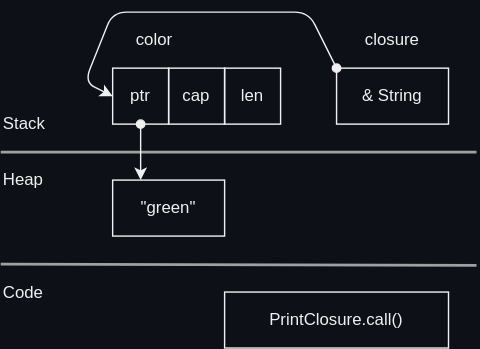
This is docs/rust/closure/images/fn_closure.drawio.svg from htgithub194/self-study, a draw.io export, as it was before one commit. Source tidied: cells renumbered, new cells last; positions are measured from the earlier drawing's top-left corner, leaving out a move shared by most shapes. The source it was exported from:
```xml
<mxGraphModel background="#0D1117">
  <root>
    <mxCell id="0" />
    <mxCell id="1" parent="0" />
    <mxCell id="2" style="endArrow=none;html=1;strokeColor=#A0A0A0;strokeWidth=2;" parent="1" edge="1">
      <mxGeometry relative="1" as="geometry">
        <mxPoint y="100" as="sourcePoint" />
        <mxPoint x="340" y="100" as="targetPoint" />
      </mxGeometry>
    </mxCell>
    <mxCell id="3" value="Heap" style="text;html=1;strokeColor=none;fillColor=none;align=left;verticalAlign=middle;whiteSpace=wrap;rounded=0;fontColor=#F0F0F0;" parent="1" vertex="1">
      <mxGeometry y="100" width="80" height="40" as="geometry" />
    </mxCell>
    <mxCell id="4" value="Stack" style="text;html=1;strokeColor=none;fillColor=none;align=left;verticalAlign=middle;whiteSpace=wrap;rounded=0;fontColor=#F0F0F0;" parent="1" vertex="1">
      <mxGeometry y="60" width="80" height="40" as="geometry" />
    </mxCell>
    <mxCell id="5" style="edgeStyle=none;html=1;entryX=0.25;entryY=0;entryDx=0;entryDy=0;strokeColor=#F0F0F0;fontColor=#F0F0F0;strokeWidth=1;startArrow=oval;startFill=1;" parent="1" edge="1" source="6" target="12">
      <mxGeometry relative="1" as="geometry" />
    </mxCell>
    <mxCell id="6" value="ptr" style="rounded=0;whiteSpace=wrap;html=1;flipH=1;flipV=1;fillColor=none;fontColor=#F0F0F0;strokeColor=#F0F0F0;" parent="1" vertex="1">
      <mxGeometry x="80" y="40" width="40" height="40" as="geometry" />
    </mxCell>
    <mxCell id="7" value="cap" style="rounded=0;whiteSpace=wrap;html=1;flipH=1;flipV=1;fillColor=none;fontColor=#F0F0F0;strokeColor=#F0F0F0;" parent="1" vertex="1">
      <mxGeometry x="120" y="40" width="40" height="40" as="geometry" />
    </mxCell>
    <mxCell id="8" value="len" style="rounded=0;whiteSpace=wrap;html=1;flipH=1;flipV=1;fillColor=none;fontColor=#F0F0F0;strokeColor=#F0F0F0;" parent="1" vertex="1">
      <mxGeometry x="160" y="40" width="40" height="40" as="geometry" />
    </mxCell>
    <mxCell id="9" value="color" style="text;html=1;strokeColor=none;fillColor=none;align=center;verticalAlign=middle;whiteSpace=wrap;rounded=0;fontColor=#F0F0F0;" parent="1" vertex="1">
      <mxGeometry x="80" width="60" height="40" as="geometry" />
    </mxCell>
    <mxCell id="10" value="Code" style="text;html=1;strokeColor=none;fillColor=none;align=left;verticalAlign=middle;whiteSpace=wrap;rounded=0;fontColor=#F0F0F0;" parent="1" vertex="1">
      <mxGeometry y="181" width="80" height="40" as="geometry" />
    </mxCell>
    <mxCell id="11" style="endArrow=none;html=1;strokeColor=#A0A0A0;strokeWidth=2;" parent="1" edge="1">
      <mxGeometry relative="1" as="geometry">
        <mxPoint y="180" as="sourcePoint" />
        <mxPoint x="340" y="181" as="targetPoint" />
      </mxGeometry>
    </mxCell>
    <mxCell id="12" value="&quot;green&quot;" style="rounded=0;whiteSpace=wrap;html=1;flipH=1;flipV=1;fillColor=none;fontColor=#F0F0F0;strokeColor=#F0F0F0;" parent="1" vertex="1">
      <mxGeometry x="80" y="120" width="80" height="40" as="geometry" />
    </mxCell>
    <mxCell id="13" style="edgeStyle=none;html=1;entryX=0;entryY=0.5;entryDx=0;entryDy=0;exitX=0;exitY=0;exitDx=0;exitDy=0;strokeColor=#F0F0F0;startArrow=oval;startFill=1;" parent="1" edge="1" source="14" target="6">
      <mxGeometry relative="1" as="geometry">
        <Array as="points">
          <mxPoint x="220" />
          <mxPoint x="80" />
          <mxPoint x="60" y="50" />
        </Array>
      </mxGeometry>
    </mxCell>
    <mxCell id="14" value="&amp;amp; String" style="rounded=0;whiteSpace=wrap;html=1;flipH=1;flipV=1;fillColor=none;fontColor=#F0F0F0;strokeColor=#F0F0F0;" parent="1" vertex="1">
      <mxGeometry x="240" y="40" width="80" height="40" as="geometry" />
    </mxCell>
    <mxCell id="15" value="closure" style="text;html=1;strokeColor=none;fillColor=none;align=center;verticalAlign=middle;whiteSpace=wrap;rounded=0;fontColor=#F0F0F0;" parent="1" vertex="1">
      <mxGeometry x="240" width="80" height="40" as="geometry" />
    </mxCell>
    <mxCell id="16" value="PrintClosure.call()" style="rounded=0;whiteSpace=wrap;html=1;flipH=1;flipV=1;fillColor=none;fontColor=#F0F0F0;strokeColor=#F0F0F0;" parent="1" vertex="1">
      <mxGeometry x="160" y="200" width="160" height="40" as="geometry" />
    </mxCell>
  </root>
</mxGraphModel>
```
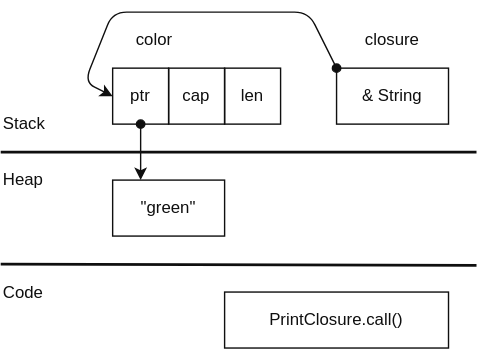
Above is the later version.

Change to the diagram source:
```diff
@@ -1,47 +1,47 @@
-<mxGraphModel background="#0D1117">
+<mxGraphModel>
   <root>
     <mxCell id="0" />
     <mxCell id="1" parent="0" />
-    <mxCell id="2" style="endArrow=none;html=1;strokeColor=#A0A0A0;strokeWidth=2;" parent="1" edge="1">
+    <mxCell id="2" style="endArrow=none;html=1;strokeColor=light-dark(#0F0F0F,#F0F0F0);strokeWidth=2;fontColor=light-dark(#0F0F0F,#F0F0F0);" parent="1" edge="1">
       <mxGeometry relative="1" as="geometry">
         <mxPoint y="100" as="sourcePoint" />
         <mxPoint x="340" y="100" as="targetPoint" />
       </mxGeometry>
     </mxCell>
-    <mxCell id="3" value="Heap" style="text;html=1;strokeColor=none;fillColor=none;align=left;verticalAlign=middle;whiteSpace=wrap;rounded=0;fontColor=#F0F0F0;" parent="1" vertex="1">
+    <mxCell id="3" value="Heap" style="text;html=1;strokeColor=none;fillColor=none;align=left;verticalAlign=middle;whiteSpace=wrap;rounded=0;fontColor=light-dark(#0F0F0F,#F0F0F0);" parent="1" vertex="1">
       <mxGeometry y="100" width="80" height="40" as="geometry" />
     </mxCell>
-    <mxCell id="4" value="Stack" style="text;html=1;strokeColor=none;fillColor=none;align=left;verticalAlign=middle;whiteSpace=wrap;rounded=0;fontColor=#F0F0F0;" parent="1" vertex="1">
+    <mxCell id="4" value="Stack" style="text;html=1;strokeColor=none;fillColor=none;align=left;verticalAlign=middle;whiteSpace=wrap;rounded=0;fontColor=light-dark(#0F0F0F,#F0F0F0);" parent="1" vertex="1">
       <mxGeometry y="60" width="80" height="40" as="geometry" />
     </mxCell>
-    <mxCell id="5" style="edgeStyle=none;html=1;entryX=0.25;entryY=0;entryDx=0;entryDy=0;strokeColor=#F0F0F0;fontColor=#F0F0F0;strokeWidth=1;startArrow=oval;startFill=1;" parent="1" edge="1" source="6" target="12">
+    <mxCell id="5" style="edgeStyle=none;html=1;entryX=0.25;entryY=0;entryDx=0;entryDy=0;strokeColor=light-dark(#0F0F0F,#F0F0F0);fontColor=light-dark(#0F0F0F,#F0F0F0);strokeWidth=1;startArrow=oval;startFill=1;" parent="1" edge="1" source="6" target="12">
       <mxGeometry relative="1" as="geometry" />
     </mxCell>
-    <mxCell id="6" value="ptr" style="rounded=0;whiteSpace=wrap;html=1;flipH=1;flipV=1;fillColor=none;fontColor=#F0F0F0;strokeColor=#F0F0F0;" parent="1" vertex="1">
+    <mxCell id="6" value="ptr" style="rounded=0;whiteSpace=wrap;html=1;flipH=1;flipV=1;fillColor=none;fontColor=light-dark(#0F0F0F,#F0F0F0);strokeColor=light-dark(#0F0F0F,#F0F0F0);" parent="1" vertex="1">
       <mxGeometry x="80" y="40" width="40" height="40" as="geometry" />
     </mxCell>
-    <mxCell id="7" value="cap" style="rounded=0;whiteSpace=wrap;html=1;flipH=1;flipV=1;fillColor=none;fontColor=#F0F0F0;strokeColor=#F0F0F0;" parent="1" vertex="1">
+    <mxCell id="7" value="cap" style="rounded=0;whiteSpace=wrap;html=1;flipH=1;flipV=1;fillColor=none;fontColor=light-dark(#0F0F0F,#F0F0F0);strokeColor=light-dark(#0F0F0F,#F0F0F0);" parent="1" vertex="1">
       <mxGeometry x="120" y="40" width="40" height="40" as="geometry" />
     </mxCell>
-    <mxCell id="8" value="len" style="rounded=0;whiteSpace=wrap;html=1;flipH=1;flipV=1;fillColor=none;fontColor=#F0F0F0;strokeColor=#F0F0F0;" parent="1" vertex="1">
+    <mxCell id="8" value="len" style="rounded=0;whiteSpace=wrap;html=1;flipH=1;flipV=1;fillColor=none;fontColor=light-dark(#0F0F0F,#F0F0F0);strokeColor=light-dark(#0F0F0F,#F0F0F0);" parent="1" vertex="1">
       <mxGeometry x="160" y="40" width="40" height="40" as="geometry" />
     </mxCell>
-    <mxCell id="9" value="color" style="text;html=1;strokeColor=none;fillColor=none;align=center;verticalAlign=middle;whiteSpace=wrap;rounded=0;fontColor=#F0F0F0;" parent="1" vertex="1">
+    <mxCell id="9" value="color" style="text;html=1;strokeColor=none;fillColor=none;align=center;verticalAlign=middle;whiteSpace=wrap;rounded=0;fontColor=light-dark(#0F0F0F,#F0F0F0);" parent="1" vertex="1">
       <mxGeometry x="80" width="60" height="40" as="geometry" />
     </mxCell>
-    <mxCell id="10" value="Code" style="text;html=1;strokeColor=none;fillColor=none;align=left;verticalAlign=middle;whiteSpace=wrap;rounded=0;fontColor=#F0F0F0;" parent="1" vertex="1">
+    <mxCell id="10" value="Code" style="text;html=1;strokeColor=none;fillColor=none;align=left;verticalAlign=middle;whiteSpace=wrap;rounded=0;fontColor=light-dark(#0F0F0F,#F0F0F0);" parent="1" vertex="1">
       <mxGeometry y="181" width="80" height="40" as="geometry" />
     </mxCell>
-    <mxCell id="11" style="endArrow=none;html=1;strokeColor=#A0A0A0;strokeWidth=2;" parent="1" edge="1">
+    <mxCell id="11" style="endArrow=none;html=1;strokeColor=light-dark(#0F0F0F,#F0F0F0);strokeWidth=2;fontColor=light-dark(#0F0F0F,#F0F0F0);" parent="1" edge="1">
       <mxGeometry relative="1" as="geometry">
         <mxPoint y="180" as="sourcePoint" />
         <mxPoint x="340" y="181" as="targetPoint" />
       </mxGeometry>
     </mxCell>
-    <mxCell id="12" value="&quot;green&quot;" style="rounded=0;whiteSpace=wrap;html=1;flipH=1;flipV=1;fillColor=none;fontColor=#F0F0F0;strokeColor=#F0F0F0;" parent="1" vertex="1">
+    <mxCell id="12" value="&quot;green&quot;" style="rounded=0;whiteSpace=wrap;html=1;flipH=1;flipV=1;fillColor=none;fontColor=light-dark(#0F0F0F,#F0F0F0);strokeColor=light-dark(#0F0F0F,#F0F0F0);" parent="1" vertex="1">
       <mxGeometry x="80" y="120" width="80" height="40" as="geometry" />
     </mxCell>
-    <mxCell id="13" style="edgeStyle=none;html=1;entryX=0;entryY=0.5;entryDx=0;entryDy=0;exitX=0;exitY=0;exitDx=0;exitDy=0;strokeColor=#F0F0F0;startArrow=oval;startFill=1;" parent="1" edge="1" source="14" target="6">
+    <mxCell id="13" style="edgeStyle=none;html=1;entryX=0;entryY=0.5;entryDx=0;entryDy=0;exitX=0;exitY=0;exitDx=0;exitDy=0;strokeColor=light-dark(#0F0F0F,#F0F0F0);startArrow=oval;startFill=1;fontColor=light-dark(#0F0F0F,#F0F0F0);" parent="1" edge="1" source="14" target="6">
       <mxGeometry relative="1" as="geometry">
         <Array as="points">
           <mxPoint x="220" />
@@ -50,13 +50,13 @@
         </Array>
       </mxGeometry>
     </mxCell>
-    <mxCell id="14" value="&amp;amp; String" style="rounded=0;whiteSpace=wrap;html=1;flipH=1;flipV=1;fillColor=none;fontColor=#F0F0F0;strokeColor=#F0F0F0;" parent="1" vertex="1">
+    <mxCell id="14" value="&amp;amp; String" style="rounded=0;whiteSpace=wrap;html=1;flipH=1;flipV=1;fillColor=none;fontColor=light-dark(#0F0F0F,#F0F0F0);strokeColor=light-dark(#0F0F0F,#F0F0F0);" parent="1" vertex="1">
       <mxGeometry x="240" y="40" width="80" height="40" as="geometry" />
     </mxCell>
-    <mxCell id="15" value="closure" style="text;html=1;strokeColor=none;fillColor=none;align=center;verticalAlign=middle;whiteSpace=wrap;rounded=0;fontColor=#F0F0F0;" parent="1" vertex="1">
+    <mxCell id="15" value="closure" style="text;html=1;strokeColor=none;fillColor=none;align=center;verticalAlign=middle;whiteSpace=wrap;rounded=0;fontColor=light-dark(#0F0F0F,#F0F0F0);" parent="1" vertex="1">
       <mxGeometry x="240" width="80" height="40" as="geometry" />
     </mxCell>
-    <mxCell id="16" value="PrintClosure.call()" style="rounded=0;whiteSpace=wrap;html=1;flipH=1;flipV=1;fillColor=none;fontColor=#F0F0F0;strokeColor=#F0F0F0;" parent="1" vertex="1">
+    <mxCell id="16" value="PrintClosure.call()" style="rounded=0;whiteSpace=wrap;html=1;flipH=1;flipV=1;fillColor=none;fontColor=light-dark(#0F0F0F,#F0F0F0);strokeColor=light-dark(#0F0F0F,#F0F0F0);" parent="1" vertex="1">
       <mxGeometry x="160" y="200" width="160" height="40" as="geometry" />
     </mxCell>
   </root>
```
